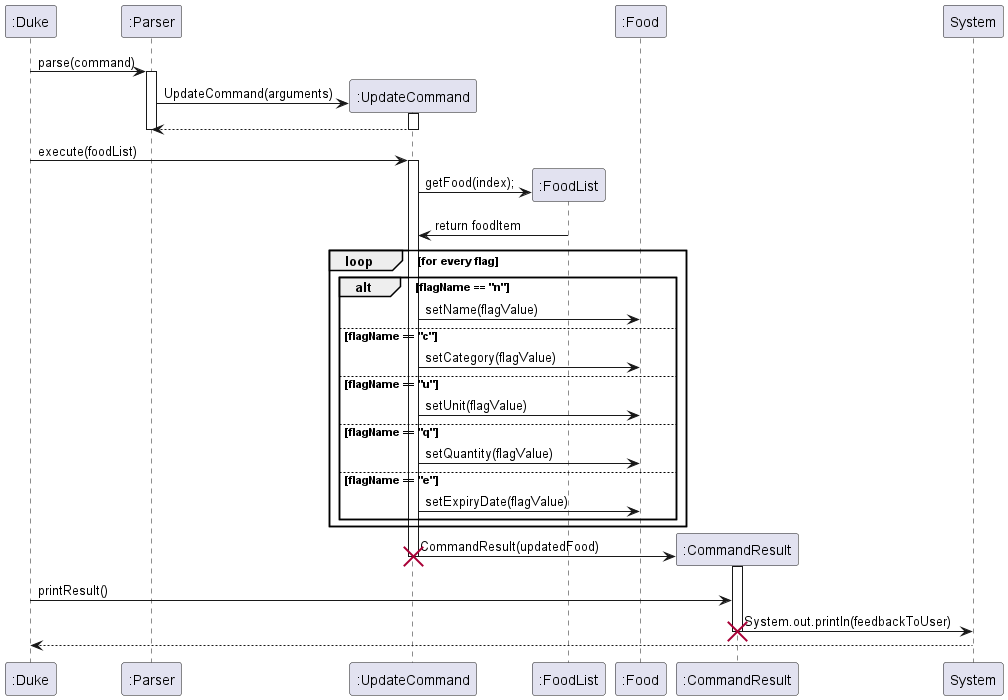
tsx0314/tp keeps this PlantUML diagram as docs/images/UpdateCommandSequenceDiagram.png. Above is the earlier version.
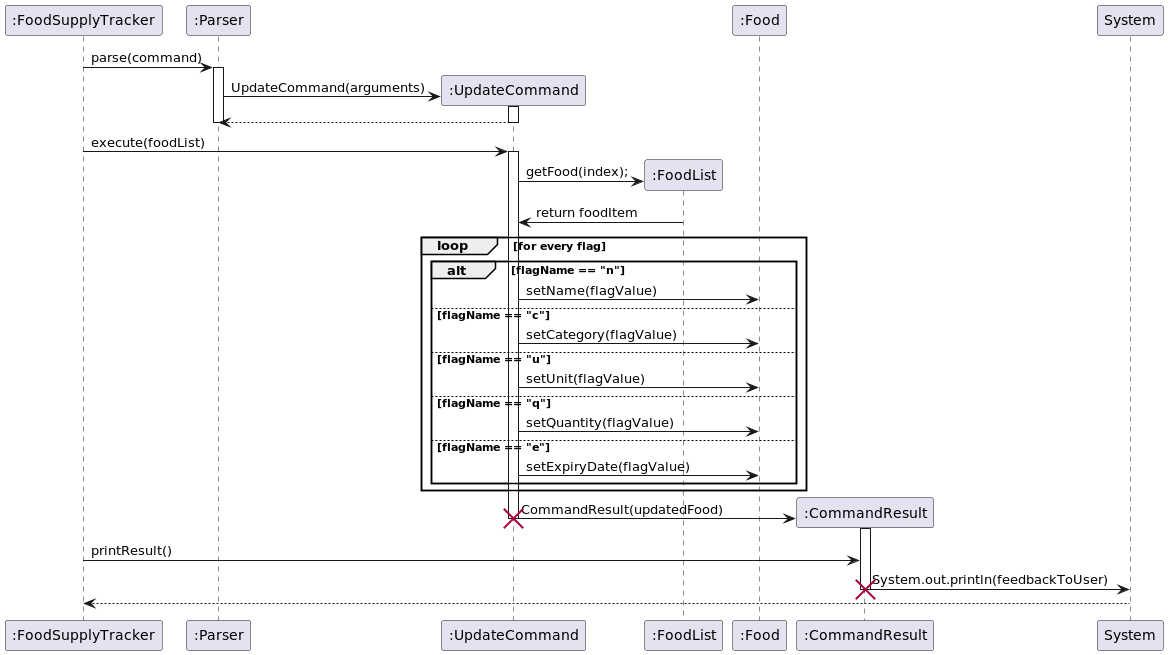
The same file after the commit.

Diff of the diagram source:
```diff
@@ -1,5 +1,5 @@
 @startuml
-":Duke" -> ":Parser": parse(command)
+":FoodSupplyTracker" -> ":Parser": parse(command)
 activate ":Parser"
 
 create ":UpdateCommand"
@@ -9,7 +9,7 @@
 deactivate ":UpdateCommand"
 deactivate ":Parser"
 
-":Duke" -> ":UpdateCommand" : execute(foodList)
+":FoodSupplyTracker" -> ":UpdateCommand" : execute(foodList)
 activate ":UpdateCommand"
 
 create ":FoodList"
@@ -36,10 +36,10 @@
 deactivate ":UpdateCommand"
 destroy ":UpdateCommand"
 
-":Duke" -> ":CommandResult": printResult()
+":FoodSupplyTracker" -> ":CommandResult": printResult()
 ":CommandResult"->System: System.out.println(feedbackToUser)
 deactivate ":CommandResult"
 destroy ":CommandResult"
 
-System --> ":Duke"
+System --> ":FoodSupplyTracker"
 @enduml
```
